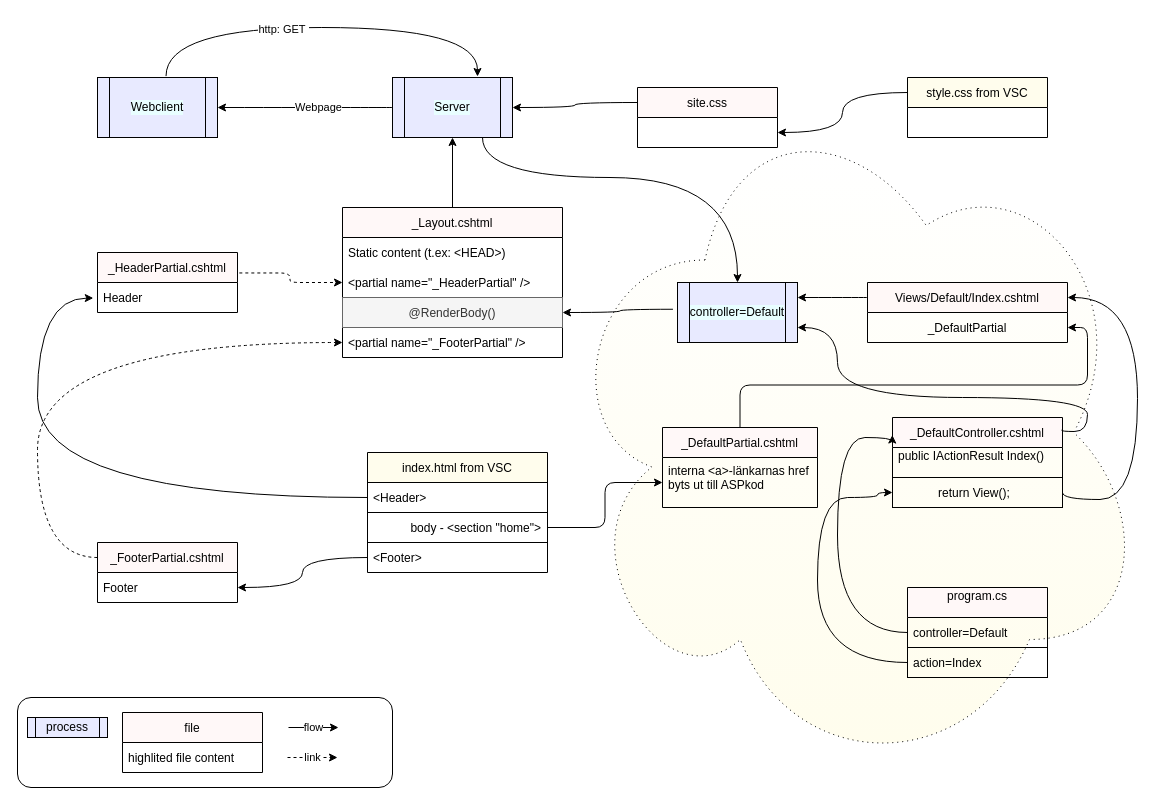
linuxnt64/WebDev-UX-UI keeps this draw.io diagram as Documents/ASp.net-MVC-workings.drawio. Above is the earlier version. Source tidied: cells renumbered, new cells numbered last; positions are measured from the earlier drawing's top-left corner, leaving out a move shared by most shapes. Both pictures are drawn from the tidied source at 100%, with x=0, y=0 at pixel (17, 27).
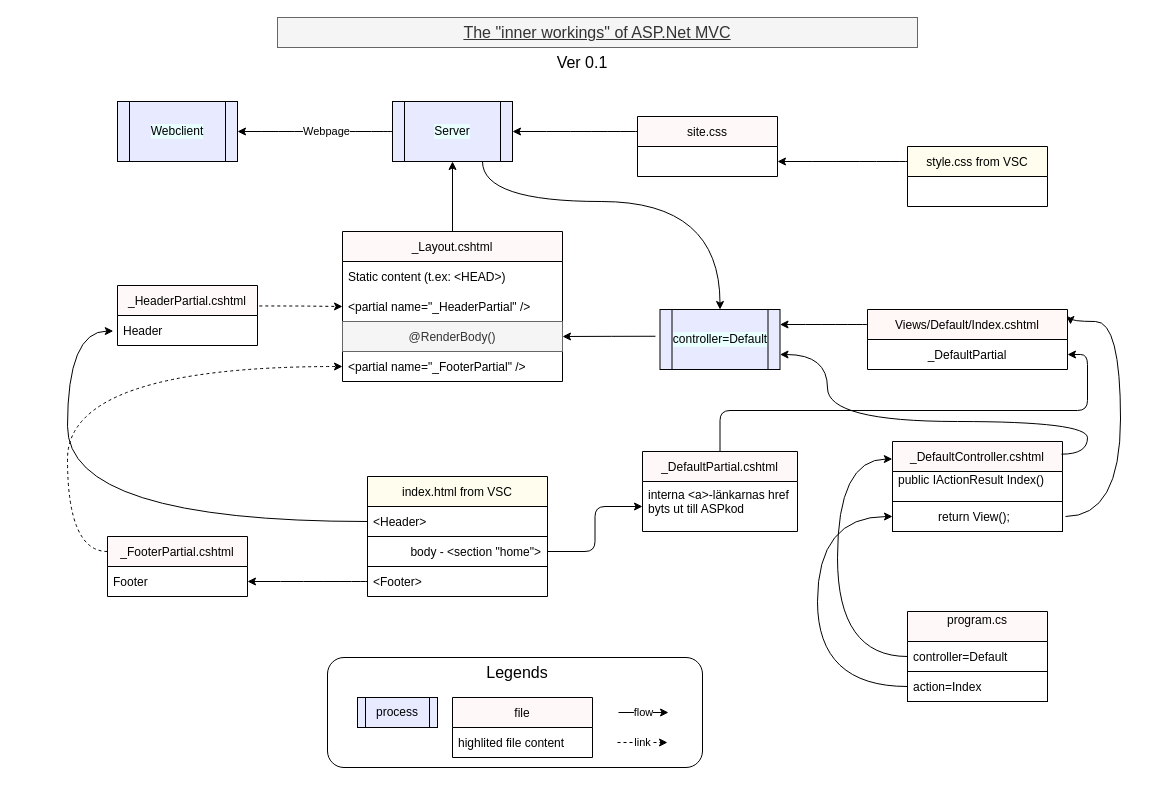
The same page after the edit.

Unchanged cells that the change refers to:
```xml
<mxCell id="8" value="controller=Default" style="text;strokeColor=none;fillColor=none;align=left;verticalAlign=middle;spacingLeft=4;spacingRight=4;overflow=hidden;points=[[0,0.5],[1,0.5]];portConstraint=eastwest;" parent="7" vertex="1">
  <mxGeometry y="30" width="140" height="30" as="geometry" />
</mxCell>
<mxCell id="9" value="action=Index" style="text;strokeColor=default;fillColor=none;align=left;verticalAlign=middle;spacingLeft=4;spacingRight=4;overflow=hidden;points=[[0,0.5],[1,0.5]];portConstraint=eastwest;" parent="7" vertex="1">
  <mxGeometry y="60" width="140" height="30" as="geometry" />
</mxCell>
<mxCell id="15" value="&lt;partial name=&quot;_FooterPartial&quot; /&gt;" style="text;strokeColor=none;fillColor=none;align=left;verticalAlign=middle;spacingLeft=4;spacingRight=4;overflow=hidden;points=[[0,0.5],[1,0.5]];portConstraint=eastwest;" parent="11" vertex="1">
  <mxGeometry y="120" width="220" height="30" as="geometry" />
</mxCell>
<mxCell id="18" value="Header" style="text;strokeColor=none;fillColor=none;align=left;verticalAlign=middle;spacingLeft=4;spacingRight=4;overflow=hidden;points=[[0,0.5],[1,0.5]];portConstraint=eastwest;" parent="17" vertex="1">
  <mxGeometry y="30" width="140" height="30" as="geometry" />
</mxCell>
<mxCell id="21" value="            return View();" style="text;strokeColor=default;fillColor=none;align=left;verticalAlign=middle;spacingLeft=4;spacingRight=4;overflow=hidden;points=[[0,0.5],[1,0.5]];portConstraint=eastwest;shadow=0;" parent="19" vertex="1">
  <mxGeometry y="60" width="170" height="30" as="geometry" />
</mxCell>
<mxCell id="42" value="&lt;Header&gt;" style="text;strokeColor=default;fillColor=none;align=left;verticalAlign=middle;spacingLeft=4;spacingRight=4;overflow=hidden;points=[[0,0.5],[1,0.5]];portConstraint=eastwest;" parent="41" vertex="1">
  <mxGeometry y="30" width="180" height="30" as="geometry" />
</mxCell>
```

Change to the diagram source:
```diff
@@
     <mxCell id="2" style="rounded=1;whiteSpace=wrap;html=1;" parent="1" vertex="1">
-      <mxGeometry y="670" width="375" height="90" as="geometry" />
+      <mxGeometry x="310" y="630" width="375" height="110" as="geometry" />
     </mxCell>
-    <mxCell id="3" style="ellipse;shape=cloud;whiteSpace=wrap;html=1;labelBackgroundColor=#FFF4E8;fillColor=#FFFDED;gradientColor=#ffffff;gradientDirection=north;dashed=1;dashPattern=1 4;" parent="1" vertex="1">
-      <mxGeometry x="540" y="60" width="590" height="690" as="geometry" />
-    </mxCell>
-    <mxCell id="4" style="edgeStyle=orthogonalEdgeStyle;rounded=0;jettySize=auto;html=1;exitX=0.571;exitY=-0.023;exitDx=0;exitDy=0;curved=1;exitPerimeter=0;" parent="1" edge="1" source="22">
-      <mxGeometry relative="1" as="geometry">
-        <mxPoint x="460" y="49" as="targetPoint" />
-        <Array as="points">
-          <mxPoint x="148" />
-          <mxPoint x="460" />
-        </Array>
-      </mxGeometry>
-    </mxCell>
-    <mxCell id="5" value="http: GET&amp;nbsp;" style="edgeLabel;html=1;align=center;verticalAlign=middle;" parent="4" vertex="1">
-      <mxGeometry x="-0.19" y="-1" relative="1" as="geometry" />
-    </mxCell>
@@
     <mxCell id="7" value="program.cs&#10;" style="swimlane;fontStyle=0;horizontal=1;startSize=30;fillColor=#FFF8F8;" parent="1" vertex="1">
-      <mxGeometry x="890" y="560" width="140" height="90" as="geometry" />
+      <mxGeometry x="890" y="584" width="140" height="90" as="geometry" />
     </mxCell>
@@
     <mxCell id="11" value="_Layout.cshtml" style="swimlane;fontStyle=0;horizontal=1;startSize=30;fillColor=#FFF8F8;" parent="1" vertex="1">
-      <mxGeometry x="325" y="180" width="220" height="150" as="geometry" />
+      <mxGeometry x="325" y="204" width="220" height="150" as="geometry" />
     </mxCell>
@@
     <mxCell id="17" value="_HeaderPartial.cshtml" style="swimlane;fontStyle=0;horizontal=1;startSize=30;fillColor=#FFF8F8;" parent="1" vertex="1">
-      <mxGeometry x="80" y="225" width="140" height="60" as="geometry" />
+      <mxGeometry x="100" y="258" width="140" height="60" as="geometry" />
     </mxCell>
@@
     <mxCell id="19" value="_DefaultController.cshtml" style="swimlane;fontStyle=0;horizontal=1;startSize=30;fillColor=#FFF8F8;" parent="1" vertex="1">
-      <mxGeometry x="875" y="390" width="170" height="90" as="geometry" />
+      <mxGeometry x="875" y="414" width="170" height="90" as="geometry" />
     </mxCell>
@@
     <mxCell id="22" value="&lt;span&gt;Webclient&lt;/span&gt;" style="shape=process;whiteSpace=wrap;html=1;backgroundOutline=1;labelBackgroundColor=#E8FEFF;fillColor=#E8EAFF;" parent="1" vertex="1">
-      <mxGeometry x="80" y="50" width="120" height="60" as="geometry" />
+      <mxGeometry x="100" y="74" width="120" height="60" as="geometry" />
     </mxCell>
@@
     <mxCell id="25" style="edgeStyle=orthogonalEdgeStyle;rounded=0;jettySize=auto;html=1;exitX=0.75;exitY=1;exitDx=0;exitDy=0;curved=1;entryX=0.5;entryY=0;entryDx=0;entryDy=0;" parent="1" edge="1" source="26" target="28">
       <mxGeometry relative="1" as="geometry">
         <Array as="points">
-          <mxPoint x="465" y="150" />
-          <mxPoint x="720" y="150" />
+          <mxPoint x="465" y="174" />
+          <mxPoint x="703" y="174" />
         </Array>
       </mxGeometry>
     </mxCell>
     <mxCell id="26" value="Server" style="shape=process;whiteSpace=wrap;html=1;backgroundOutline=1;labelBackgroundColor=#E8FEFF;fillColor=#E8EAFF;" parent="1" vertex="1">
-      <mxGeometry x="375" y="50" width="120" height="60" as="geometry" />
+      <mxGeometry x="375" y="74" width="120" height="60" as="geometry" />
     </mxCell>
     <mxCell id="27" style="edgeStyle=orthogonalEdgeStyle;curved=1;rounded=0;jettySize=auto;html=1;exitX=1;exitY=0.75;exitDx=0;exitDy=0;entryX=0.994;entryY=0.141;entryDx=0;entryDy=0;entryPerimeter=0;startArrow=classic;startFill=1;endArrow=none;endFill=0;" parent="1" edge="1" source="28" target="19">
       <mxGeometry relative="1" as="geometry">
         <Array as="points">
-          <mxPoint x="820" y="300" />
-          <mxPoint x="820" y="370" />
-          <mxPoint x="1070" y="370" />
-          <mxPoint x="1070" y="404" />
+          <mxPoint x="810" y="327" />
+          <mxPoint x="810" y="394" />
+          <mxPoint x="1070" y="394" />
+          <mxPoint x="1070" y="427" />
         </Array>
       </mxGeometry>
     </mxCell>
     <mxCell id="28" value="&lt;span style=&quot;font-family: &amp;quot;helvetica&amp;quot;&quot;&gt;controller=Default&lt;/span&gt;" style="shape=process;whiteSpace=wrap;html=1;backgroundOutline=1;labelBackgroundColor=#E8FEFF;fillColor=#E8EAFF;" parent="1" vertex="1">
-      <mxGeometry x="660" y="255" width="120" height="60" as="geometry" />
+      <mxGeometry x="642.5" y="282" width="120" height="60" as="geometry" />
     </mxCell>
     <mxCell id="29" value="_FooterPartial.cshtml" style="swimlane;fontStyle=0;horizontal=1;startSize=30;fillColor=#FFF8F8;" parent="1" vertex="1">
-      <mxGeometry x="80" y="515" width="140" height="60" as="geometry" />
+      <mxGeometry x="90" y="509" width="140" height="60" as="geometry" />
     </mxCell>
@@
-    <mxCell id="31" style="edgeStyle=orthogonalEdgeStyle;curved=1;rounded=0;jettySize=auto;html=1;exitX=1;exitY=0.25;exitDx=0;exitDy=0;entryX=1;entryY=0.5;entryDx=0;entryDy=0;endArrow=none;endFill=0;startArrow=classic;startFill=1;" parent="1" edge="1" source="33" target="21">
+    <mxCell id="31" style="edgeStyle=orthogonalEdgeStyle;curved=1;rounded=0;orthogonalLoop=1;jettySize=auto;html=1;exitX=1;exitY=0.25;exitDx=0;exitDy=0;entryX=1;entryY=0.5;entryDx=0;entryDy=0;endArrow=none;endFill=0;startArrow=classic;startFill=1;" parent="1" edge="1">
       <mxGeometry relative="1" as="geometry">
+        <mxPoint x="1053" y="297" as="sourcePoint" />
+        <mxPoint x="1048" y="489" as="targetPoint" />
         <Array as="points">
-          <mxPoint x="1120" y="270" />
-          <mxPoint x="1120" y="472" />
-          <mxPoint x="1045" y="472" />
+          <mxPoint x="1053" y="294" />
+          <mxPoint x="1103" y="294" />
+          <mxPoint x="1103" y="489" />
         </Array>
       </mxGeometry>
     </mxCell>
@@
     <mxCell id="33" value="Views/Default/Index.cshtml" style="swimlane;fontStyle=0;horizontal=1;startSize=30;labelBackgroundColor=none;fillColor=#FFF8F7;" parent="1" vertex="1">
-      <mxGeometry x="850" y="255" width="200" height="60" as="geometry" />
+      <mxGeometry x="850" y="282" width="200" height="60" as="geometry" />
     </mxCell>
@@
     <mxCell id="35" style="edgeStyle=orthogonalEdgeStyle;curved=1;rounded=0;jettySize=auto;html=1;exitX=0;exitY=0.5;exitDx=0;exitDy=0;entryX=-0.001;entryY=0.195;entryDx=0;entryDy=0;entryPerimeter=0;" parent="1" edge="1" source="8" target="19">
       <mxGeometry relative="1" as="geometry">
         <Array as="points">
-          <mxPoint x="820" y="605" />
-          <mxPoint x="820" y="410" />
+          <mxPoint x="820" y="629" />
+          <mxPoint x="820" y="432" />
         </Array>
       </mxGeometry>
     </mxCell>
     <mxCell id="36" style="edgeStyle=orthogonalEdgeStyle;curved=1;rounded=0;jettySize=auto;html=1;exitX=0;exitY=0.5;exitDx=0;exitDy=0;entryX=0;entryY=0.5;entryDx=0;entryDy=0;" parent="1" edge="1" source="9" target="21">
       <mxGeometry relative="1" as="geometry">
         <Array as="points">
-          <mxPoint x="800" y="635" />
-          <mxPoint x="800" y="470" />
-          <mxPoint x="860" y="470" />
-          <mxPoint x="860" y="465" />
+          <mxPoint x="800" y="659" />
+          <mxPoint x="800" y="489" />
         </Array>
       </mxGeometry>
     </mxCell>
@@
     <mxCell id="38" value="site.css" style="swimlane;fontStyle=0;horizontal=1;startSize=30;fillColor=#FFF8F8;" parent="1" vertex="1">
-      <mxGeometry x="620" y="60" width="140" height="60" as="geometry" />
+      <mxGeometry x="620" y="89" width="140" height="60" as="geometry" />
     </mxCell>
     <mxCell id="39" value="style.css from VSC" style="swimlane;fontStyle=0;horizontal=1;startSize=30;fillColor=#FFFDED;" parent="1" vertex="1">
-      <mxGeometry x="890" y="50" width="140" height="60" as="geometry" />
+      <mxGeometry x="890" y="119" width="140" height="60" as="geometry" />
     </mxCell>
@@
     <mxCell id="41" value="index.html from VSC" style="swimlane;fontStyle=0;horizontal=1;startSize=30;fillColor=#FFFDED;" parent="1" vertex="1">
-      <mxGeometry x="350" y="425" width="180" height="120" as="geometry" />
+      <mxGeometry x="350" y="449" width="180" height="120" as="geometry" />
     </mxCell>
@@
     <mxCell id="45" style="edgeStyle=orthogonalEdgeStyle;curved=1;rounded=0;jettySize=auto;html=1;exitX=0;exitY=0.25;exitDx=0;exitDy=0;startArrow=none;startFill=0;endArrow=classic;endFill=1;dashed=1;" parent="1" edge="1" source="29" target="15">
       <mxGeometry relative="1" as="geometry">
         <Array as="points">
-          <mxPoint x="20" y="530" />
-          <mxPoint x="20" y="315" />
+          <mxPoint x="50" y="524" />
+          <mxPoint x="50" y="339" />
         </Array>
       </mxGeometry>
     </mxCell>
@@
     <mxCell id="47" style="edgeStyle=orthogonalEdgeStyle;curved=1;rounded=0;jettySize=auto;html=1;exitX=0;exitY=0.5;exitDx=0;exitDy=0;entryX=-0.03;entryY=0.519;entryDx=0;entryDy=0;entryPerimeter=0;startArrow=none;startFill=0;endArrow=classic;endFill=1;" parent="1" edge="1" source="42" target="18">
       <mxGeometry relative="1" as="geometry">
         <Array as="points">
-          <mxPoint x="20" y="470" />
-          <mxPoint x="20" y="271" />
+          <mxPoint x="50" y="494" />
+          <mxPoint x="50" y="304" />
         </Array>
       </mxGeometry>
     </mxCell>
@@
     <mxCell id="49" value="_DefaultPartial.cshtml" style="swimlane;fontStyle=0;horizontal=1;startSize=30;fillColor=#FFF8F8;" parent="1" vertex="1">
-      <mxGeometry x="645" y="400" width="155" height="80" as="geometry" />
+      <mxGeometry x="625" y="424" width="155" height="80" as="geometry" />
     </mxCell>
@@
     <mxCell id="52" value="process" style="shape=process;whiteSpace=wrap;html=1;backgroundOutline=1;fillColor=#E8EAFF;" parent="1" vertex="1">
-      <mxGeometry x="10" y="690" width="80" height="20" as="geometry" />
+      <mxGeometry x="340" y="670" width="80" height="30" as="geometry" />
     </mxCell>
     <mxCell id="53" value="file" style="swimlane;fontStyle=0;horizontal=1;startSize=30;fillColor=#FFF8F8;" parent="1" vertex="1">
-      <mxGeometry x="105" y="685" width="140" height="60" as="geometry" />
+      <mxGeometry x="435" y="670" width="140" height="60" as="geometry" />
     </mxCell>
@@
     <mxCell id="55" value="link" style="endArrow=classic;html=1;rounded=0;dashed=1;" parent="1" edge="1">
       <mxGeometry relative="1" as="geometry">
-        <mxPoint x="270" y="730" as="sourcePoint" />
-        <mxPoint x="320" y="730" as="targetPoint" />
+        <mxPoint x="600" y="715" as="sourcePoint" />
+        <mxPoint x="650" y="715" as="targetPoint" />
       </mxGeometry>
     </mxCell>
     <mxCell id="56" value="flow" style="endArrow=classic;html=1;rounded=0;" parent="1" edge="1">
       <mxGeometry relative="1" as="geometry">
-        <mxPoint x="271" y="700" as="sourcePoint" />
-        <mxPoint x="321" y="700" as="targetPoint" />
+        <mxPoint x="601" y="685" as="sourcePoint" />
+        <mxPoint x="651" y="685" as="targetPoint" />
       </mxGeometry>
     </mxCell>
+    <mxCell id="57" value="Legends" style="text;html=1;strokeColor=none;fillColor=none;align=center;verticalAlign=middle;whiteSpace=wrap;rounded=0;fontSize=16;" parent="1" vertex="1">
+      <mxGeometry x="470" y="630" width="60" height="30" as="geometry" />
+    </mxCell>
+    <mxCell id="58" value="&lt;u&gt;&lt;font style=&quot;font-size: 16px&quot;&gt;The &quot;inner workings&quot; of ASP.Net MVC&lt;/font&gt;&lt;/u&gt;" style="text;html=1;strokeColor=#666666;fillColor=#f5f5f5;align=center;verticalAlign=middle;whiteSpace=wrap;rounded=0;fontColor=#333333;" parent="1" vertex="1">
+      <mxGeometry x="260" y="-10" width="640" height="30" as="geometry" />
+    </mxCell>
+    <mxCell id="59" value="Ver 0.1" style="text;html=1;strokeColor=none;fillColor=none;align=center;verticalAlign=middle;whiteSpace=wrap;rounded=0;fontSize=16;" parent="1" vertex="1">
+      <mxGeometry x="535" y="20" width="60" height="30" as="geometry" />
+    </mxCell>
```
